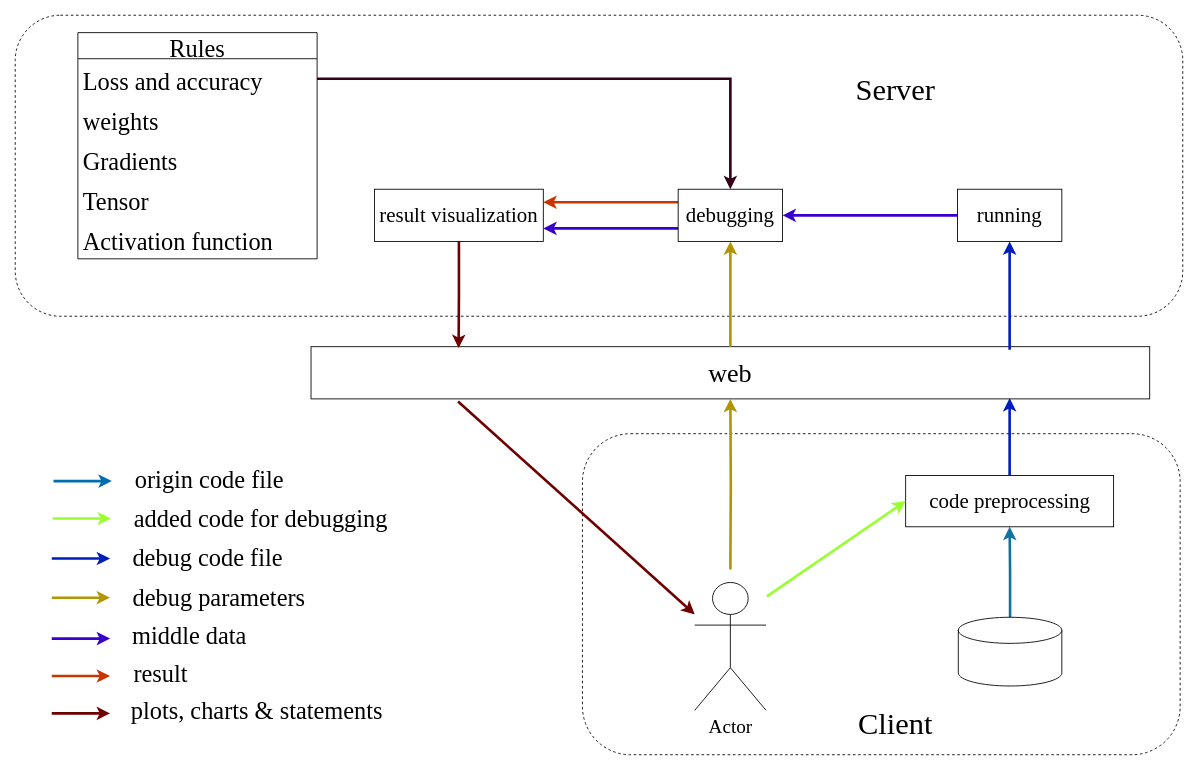
Before: 未命名绘图.drawio in GyaFigaro/sagemaker_debugger, a draw.io diagram. Source tidied: cells renumbered, new cells numbered last; positions are measured from the earlier drawing's top-left corner, leaving out a move shared by most shapes. Both pictures are drawn from the tidied source at 87%, with x=0, y=0 at pixel (15, 15).
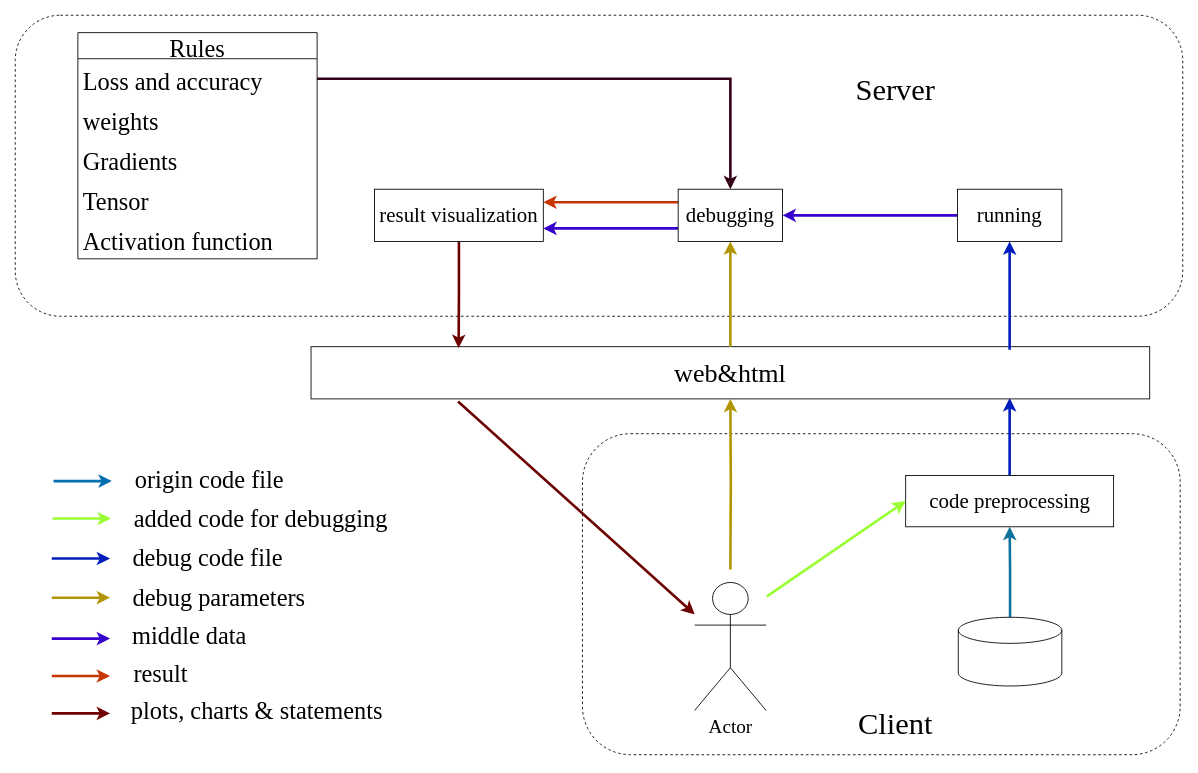
The same diagram, later.

Diff of the diagram source:
```diff
@@
-    <mxCell id="9" value="&lt;font style=&quot;font-size: 30px;&quot; face=&quot;Times New Roman&quot;&gt;web&lt;/font&gt;" style="rounded=0;whiteSpace=wrap;html=1;" parent="1" vertex="1">
+    <mxCell id="9" value="&lt;font style=&quot;font-size: 30px;&quot; face=&quot;Times New Roman&quot;&gt;web&amp;amp;html&lt;/font&gt;" style="rounded=0;whiteSpace=wrap;html=1;" parent="1" vertex="1">
       <mxGeometry x="340" y="381" width="964" height="60" as="geometry" />
     </mxCell>
```
